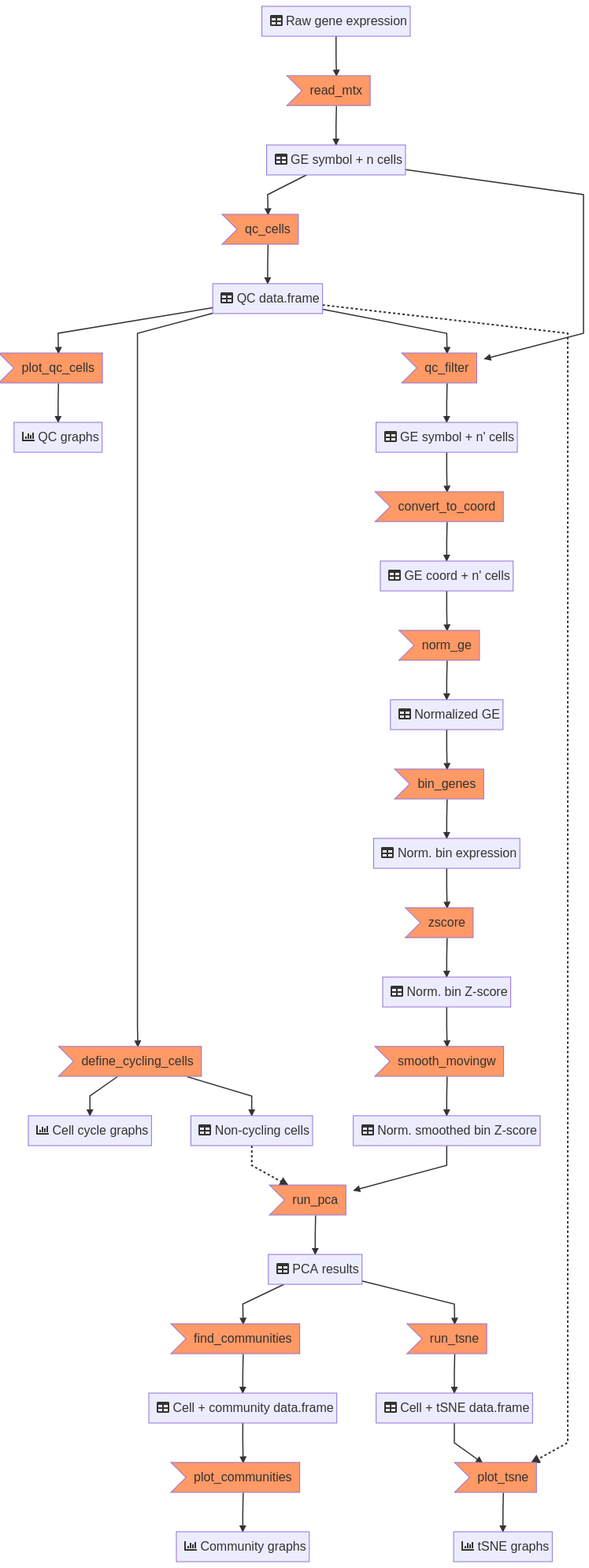
Before: docs/flowchart-cnasignal.png, a diagram exported from Mermaid (jmonlong/scCNAutils). Its source is kept beside it as docs/flowchart-cnasignal.mmd.
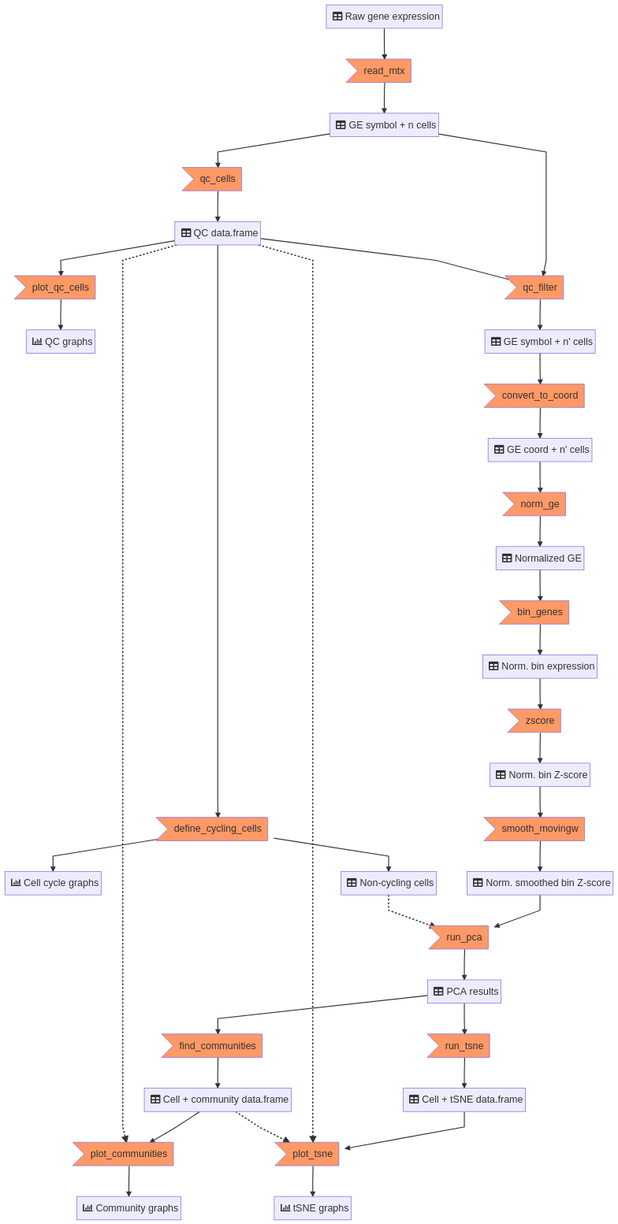
The same diagram one commit later.

The edit, as a diff of the source:
```diff
@@ -28,11 +28,13 @@
 O --> OO[fa:fa-table Cell + community data.frame]
 OO --> O2>plot_communities]
 O2 --> O3[fa:fa-chart-bar Community graphs]
+E -.-> O2
 NN --> P>run_tsne]
 P --> PP[fa:fa-table Cell + tSNE data.frame]
 PP --> P2>plot_tsne]
 P2 --> P3[fa:fa-chart-bar tSNE graphs]
 E -.-> P2
+OO -.-> P2
 
 classDef orange fill:#f96;
 class B,D,E1,E3,F,H,J,K,L,M,N,O,O2,P,P2 orange
```
